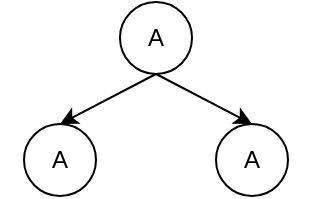
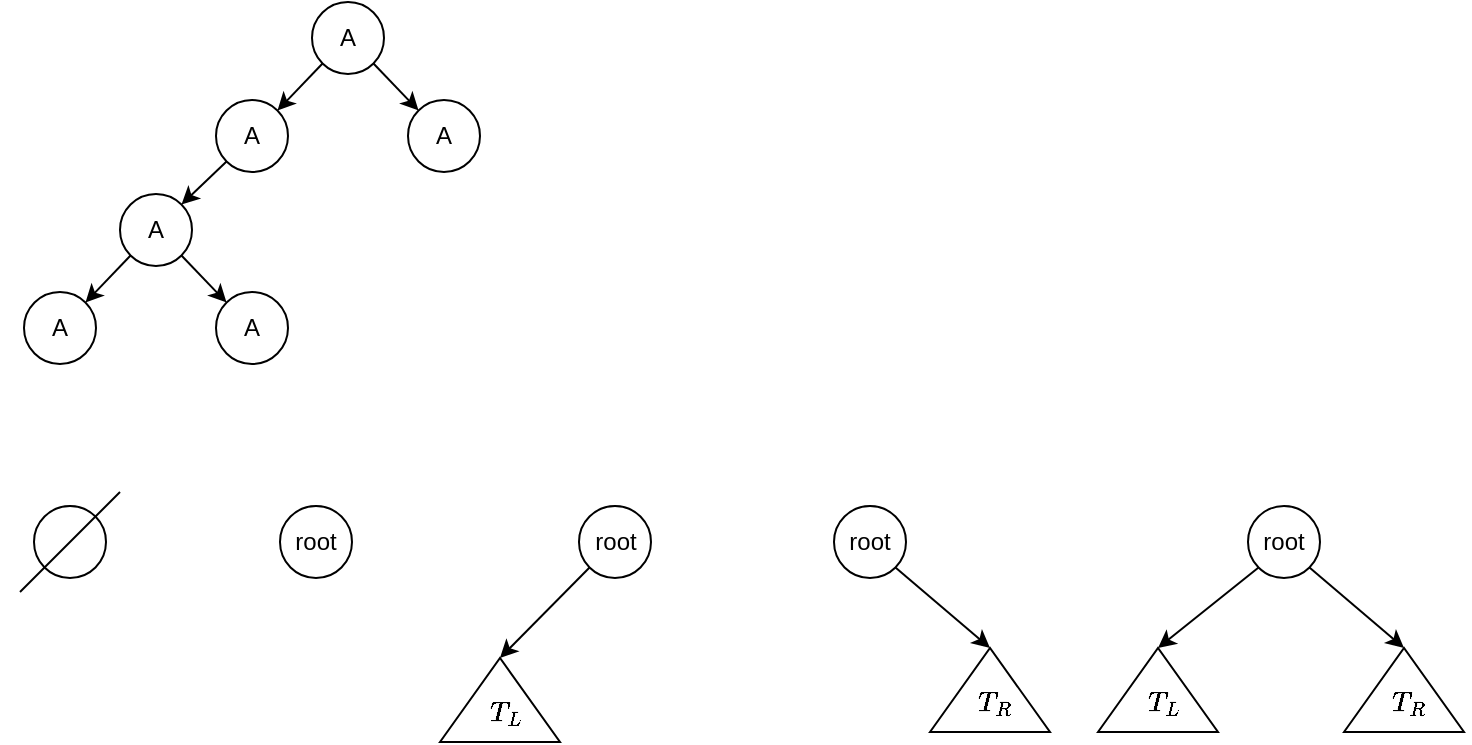
<mxfile host="app.diagrams.net">
  <diagram name="第 1 页" id="PBkURNV2AUsmJij_3GlA">
-     <mxGraphModel dx="743" dy="608" grid="0" gridSize="10" guides="1" tooltips="1" connect="1" arrows="1" fold="1" page="0" pageScale="1" pageWidth="827" pageHeight="1169" math="0" shadow="0">
+     <mxGraphModel dx="1658" dy="919" grid="0" gridSize="10" guides="1" tooltips="1" connect="1" arrows="1" fold="1" page="0" pageScale="1" pageWidth="827" pageHeight="1169" math="1" shadow="0">
      <root>
        <mxCell id="0" />
        <mxCell id="1" parent="0" />
        <mxCell id="iQEwtznSnJtjlcOU1iQ7-1" parent="1" style="text;html=1;whiteSpace=wrap;strokeColor=none;fillColor=none;align=center;verticalAlign=middle;rounded=0;" value="A" vertex="1">
          <mxGeometry height="30" width="60" x="-330" y="-127" as="geometry" />
        </mxCell>
-         <mxCell id="iQEwtznSnJtjlcOU1iQ7-8" edge="1" parent="1" source="iQEwtznSnJtjlcOU1iQ7-2" style="rounded=0;orthogonalLoop=1;jettySize=auto;html=1;exitX=0.5;exitY=1;exitDx=0;exitDy=0;entryX=0.5;entryY=0;entryDx=0;entryDy=0;" target="iQEwtznSnJtjlcOU1iQ7-4">
+         <mxCell id="iQEwtznSnJtjlcOU1iQ7-8" edge="1" parent="1" source="iQEwtznSnJtjlcOU1iQ7-2" style="rounded=0;orthogonalLoop=1;jettySize=auto;html=1;exitX=0;exitY=1;exitDx=0;exitDy=0;entryX=1;entryY=0;entryDx=0;entryDy=0;" target="iQEwtznSnJtjlcOU1iQ7-4">
          <mxGeometry relative="1" as="geometry" />
        </mxCell>
-         <mxCell id="iQEwtznSnJtjlcOU1iQ7-17" edge="1" parent="1" source="iQEwtznSnJtjlcOU1iQ7-2" style="edgeStyle=none;rounded=0;orthogonalLoop=1;jettySize=auto;html=1;exitX=0.5;exitY=1;exitDx=0;exitDy=0;entryX=0.5;entryY=0;entryDx=0;entryDy=0;" target="iQEwtznSnJtjlcOU1iQ7-16">
+         <mxCell id="iQEwtznSnJtjlcOU1iQ7-17" edge="1" parent="1" source="iQEwtznSnJtjlcOU1iQ7-2" style="edgeStyle=none;rounded=0;orthogonalLoop=1;jettySize=auto;html=1;exitX=1;exitY=1;exitDx=0;exitDy=0;entryX=0;entryY=0;entryDx=0;entryDy=0;" target="iQEwtznSnJtjlcOU1iQ7-16">
          <mxGeometry relative="1" as="geometry" />
        </mxCell>
        <mxCell id="iQEwtznSnJtjlcOU1iQ7-2" parent="1" style="ellipse;whiteSpace=wrap;html=1;aspect=fixed;fillColor=none;" value="" vertex="1">
          <mxGeometry height="36" width="36" x="-318" y="-130" as="geometry" />
        </mxCell>
        <mxCell id="iQEwtznSnJtjlcOU1iQ7-3" parent="1" style="text;html=1;whiteSpace=wrap;strokeColor=none;fillColor=none;align=center;verticalAlign=middle;rounded=0;" value="A" vertex="1">
-           <mxGeometry height="30" width="60" x="-378" y="-66" as="geometry" />
+           <mxGeometry height="30" width="60" x="-378" y="-78" as="geometry" />
+         </mxCell>
+         <mxCell id="ecqmYy9xYU8OmHV4XxBL-12" edge="1" parent="1" source="iQEwtznSnJtjlcOU1iQ7-4" style="edgeStyle=none;rounded=0;orthogonalLoop=1;jettySize=auto;html=1;exitX=0;exitY=1;exitDx=0;exitDy=0;entryX=1;entryY=0;entryDx=0;entryDy=0;" target="ecqmYy9xYU8OmHV4XxBL-5">
+           <mxGeometry relative="1" as="geometry" />
        </mxCell>
        <mxCell id="iQEwtznSnJtjlcOU1iQ7-4" parent="1" style="ellipse;whiteSpace=wrap;html=1;aspect=fixed;fillColor=none;" value="" vertex="1">
-           <mxGeometry height="36" width="36" x="-366" y="-69" as="geometry" />
+           <mxGeometry height="36" width="36" x="-366" y="-81" as="geometry" />
        </mxCell>
        <mxCell id="iQEwtznSnJtjlcOU1iQ7-15" parent="1" style="text;html=1;whiteSpace=wrap;strokeColor=none;fillColor=none;align=center;verticalAlign=middle;rounded=0;" value="A" vertex="1">
-           <mxGeometry height="30" width="60" x="-282" y="-66" as="geometry" />
+           <mxGeometry height="30" width="60" x="-282" y="-78" as="geometry" />
        </mxCell>
        <mxCell id="iQEwtznSnJtjlcOU1iQ7-16" parent="1" style="ellipse;whiteSpace=wrap;html=1;aspect=fixed;fillColor=none;" value="" vertex="1">
-           <mxGeometry height="36" width="36" x="-270" y="-69" as="geometry" />
+           <mxGeometry height="36" width="36" x="-270" y="-81" as="geometry" />
+         </mxCell>
+         <mxCell id="ecqmYy9xYU8OmHV4XxBL-2" parent="1" style="text;html=1;whiteSpace=wrap;strokeColor=none;fillColor=none;align=center;verticalAlign=middle;rounded=0;" value="A" vertex="1">
+           <mxGeometry height="30" width="60" x="-426" y="-31" as="geometry" />
+         </mxCell>
+         <mxCell id="ecqmYy9xYU8OmHV4XxBL-3" edge="1" parent="1" source="ecqmYy9xYU8OmHV4XxBL-5" style="rounded=0;orthogonalLoop=1;jettySize=auto;html=1;exitX=0;exitY=1;exitDx=0;exitDy=0;entryX=1;entryY=0;entryDx=0;entryDy=0;" target="ecqmYy9xYU8OmHV4XxBL-7">
+           <mxGeometry relative="1" as="geometry" />
+         </mxCell>
+         <mxCell id="ecqmYy9xYU8OmHV4XxBL-4" edge="1" parent="1" source="ecqmYy9xYU8OmHV4XxBL-5" style="edgeStyle=none;rounded=0;orthogonalLoop=1;jettySize=auto;html=1;exitX=1;exitY=1;exitDx=0;exitDy=0;entryX=0;entryY=0;entryDx=0;entryDy=0;" target="ecqmYy9xYU8OmHV4XxBL-9">
+           <mxGeometry relative="1" as="geometry" />
+         </mxCell>
+         <mxCell id="ecqmYy9xYU8OmHV4XxBL-5" parent="1" style="ellipse;whiteSpace=wrap;html=1;aspect=fixed;fillColor=none;" value="" vertex="1">
+           <mxGeometry height="36" width="36" x="-414" y="-34" as="geometry" />
+         </mxCell>
+         <mxCell id="ecqmYy9xYU8OmHV4XxBL-6" parent="1" style="text;html=1;whiteSpace=wrap;strokeColor=none;fillColor=none;align=center;verticalAlign=middle;rounded=0;" value="A" vertex="1">
+           <mxGeometry height="30" width="60" x="-474" y="18" as="geometry" />
+         </mxCell>
+         <mxCell id="ecqmYy9xYU8OmHV4XxBL-7" parent="1" style="ellipse;whiteSpace=wrap;html=1;aspect=fixed;fillColor=none;" value="" vertex="1">
+           <mxGeometry height="36" width="36" x="-462" y="15" as="geometry" />
+         </mxCell>
+         <mxCell id="ecqmYy9xYU8OmHV4XxBL-8" parent="1" style="text;html=1;whiteSpace=wrap;strokeColor=none;fillColor=none;align=center;verticalAlign=middle;rounded=0;" value="A" vertex="1">
+           <mxGeometry height="30" width="60" x="-378" y="18" as="geometry" />
+         </mxCell>
+         <mxCell id="ecqmYy9xYU8OmHV4XxBL-9" parent="1" style="ellipse;whiteSpace=wrap;html=1;aspect=fixed;fillColor=none;" value="" vertex="1">
+           <mxGeometry height="36" width="36" x="-366" y="15" as="geometry" />
+         </mxCell>
+         <mxCell id="ecqmYy9xYU8OmHV4XxBL-17" parent="1" style="triangle;whiteSpace=wrap;html=1;direction=north;" value="" vertex="1">
+           <mxGeometry height="42" width="60" x="-254" y="198" as="geometry" />
+         </mxCell>
+         <mxCell id="ecqmYy9xYU8OmHV4XxBL-21" parent="1" style="ellipse;whiteSpace=wrap;html=1;aspect=fixed;fillColor=none;" value="" vertex="1">
+           <mxGeometry height="36" width="36" x="-184.5" y="122" as="geometry" />
+         </mxCell>
+         <mxCell id="ecqmYy9xYU8OmHV4XxBL-22" parent="1" style="ellipse;whiteSpace=wrap;html=1;aspect=fixed;fillColor=none;" value="" vertex="1">
+           <mxGeometry height="36" width="36" x="-457" y="122" as="geometry" />
+         </mxCell>
+         <mxCell id="ecqmYy9xYU8OmHV4XxBL-23" edge="1" parent="1" style="endArrow=none;html=1;rounded=0;" value="">
+           <mxGeometry height="50" relative="1" width="50" as="geometry">
+             <mxPoint x="-464" y="165" as="sourcePoint" />
+             <mxPoint x="-414" y="115" as="targetPoint" />
+           </mxGeometry>
+         </mxCell>
+         <mxCell id="ecqmYy9xYU8OmHV4XxBL-31" edge="1" parent="1" source="ecqmYy9xYU8OmHV4XxBL-21" style="edgeStyle=none;rounded=0;orthogonalLoop=1;jettySize=auto;html=1;entryX=1;entryY=0.5;entryDx=0;entryDy=0;exitX=0;exitY=1;exitDx=0;exitDy=0;" target="ecqmYy9xYU8OmHV4XxBL-17" value="">
+           <mxGeometry relative="1" as="geometry">
+             <mxPoint x="-215.5" y="184" as="targetPoint" />
+           </mxGeometry>
+         </mxCell>
+         <mxCell id="ecqmYy9xYU8OmHV4XxBL-27" parent="1" style="text;html=1;whiteSpace=wrap;strokeColor=none;fillColor=none;align=center;verticalAlign=middle;rounded=0;" value="root" vertex="1">
+           <mxGeometry height="30" width="60" x="-196.5" y="125" as="geometry" />
+         </mxCell>
+         <mxCell id="ecqmYy9xYU8OmHV4XxBL-28" parent="1" style="text;strokeColor=none;fillColor=none;align=center;verticalAlign=middle;rounded=0;whiteSpace=wrap;" value="$$T_L$$" vertex="1">
+           <mxGeometry height="30" width="60" x="-251" y="210" as="geometry" />
+         </mxCell>
+         <mxCell id="ecqmYy9xYU8OmHV4XxBL-33" parent="1" style="ellipse;whiteSpace=wrap;html=1;aspect=fixed;fillColor=none;" value="" vertex="1">
+           <mxGeometry height="36" width="36" x="-334" y="122" as="geometry" />
+         </mxCell>
+         <mxCell id="ecqmYy9xYU8OmHV4XxBL-34" parent="1" style="text;html=1;whiteSpace=wrap;strokeColor=none;fillColor=none;align=center;verticalAlign=middle;rounded=0;" value="root" vertex="1">
+           <mxGeometry height="30" width="60" x="-346" y="125" as="geometry" />
+         </mxCell>
+         <mxCell id="ecqmYy9xYU8OmHV4XxBL-37" parent="1" style="triangle;whiteSpace=wrap;html=1;direction=north;" value="" vertex="1">
+           <mxGeometry height="42" width="60" x="-9" y="193" as="geometry" />
+         </mxCell>
+         <mxCell id="ecqmYy9xYU8OmHV4XxBL-38" parent="1" style="ellipse;whiteSpace=wrap;html=1;aspect=fixed;fillColor=none;" value="" vertex="1">
+           <mxGeometry height="36" width="36" x="-57" y="122" as="geometry" />
+         </mxCell>
+         <mxCell id="ecqmYy9xYU8OmHV4XxBL-39" edge="1" parent="1" source="ecqmYy9xYU8OmHV4XxBL-38" style="edgeStyle=none;rounded=0;orthogonalLoop=1;jettySize=auto;html=1;entryX=1;entryY=0.5;entryDx=0;entryDy=0;exitX=1;exitY=1;exitDx=0;exitDy=0;" target="ecqmYy9xYU8OmHV4XxBL-37" value="">
+           <mxGeometry relative="1" as="geometry">
+             <mxPoint x="-29.5" y="150" as="sourcePoint" />
+             <mxPoint x="-88" y="184" as="targetPoint" />
+           </mxGeometry>
+         </mxCell>
+         <mxCell id="ecqmYy9xYU8OmHV4XxBL-40" parent="1" style="text;html=1;whiteSpace=wrap;strokeColor=none;fillColor=none;align=center;verticalAlign=middle;rounded=0;" value="root" vertex="1">
+           <mxGeometry height="30" width="60" x="-69" y="125" as="geometry" />
+         </mxCell>
+         <mxCell id="ecqmYy9xYU8OmHV4XxBL-41" parent="1" style="text;strokeColor=none;fillColor=none;align=center;verticalAlign=middle;rounded=0;whiteSpace=wrap;" value="$$T_R$$" vertex="1">
+           <mxGeometry height="30" width="60" x="-6" y="205" as="geometry" />
+         </mxCell>
+         <mxCell id="ecqmYy9xYU8OmHV4XxBL-43" parent="1" style="triangle;whiteSpace=wrap;html=1;direction=north;" value="" vertex="1">
+           <mxGeometry height="42" width="60" x="198" y="193" as="geometry" />
+         </mxCell>
+         <mxCell id="ecqmYy9xYU8OmHV4XxBL-53" edge="1" parent="1" source="ecqmYy9xYU8OmHV4XxBL-44" style="edgeStyle=none;rounded=0;orthogonalLoop=1;jettySize=auto;html=1;exitX=0;exitY=1;exitDx=0;exitDy=0;entryX=1;entryY=0.5;entryDx=0;entryDy=0;" target="ecqmYy9xYU8OmHV4XxBL-48">
+           <mxGeometry relative="1" as="geometry" />
+         </mxCell>
+         <mxCell id="ecqmYy9xYU8OmHV4XxBL-44" parent="1" style="ellipse;whiteSpace=wrap;html=1;aspect=fixed;fillColor=none;" value="" vertex="1">
+           <mxGeometry height="36" width="36" x="150" y="122" as="geometry" />
+         </mxCell>
+         <mxCell id="ecqmYy9xYU8OmHV4XxBL-45" edge="1" parent="1" source="ecqmYy9xYU8OmHV4XxBL-44" style="edgeStyle=none;rounded=0;orthogonalLoop=1;jettySize=auto;html=1;entryX=1;entryY=0.5;entryDx=0;entryDy=0;exitX=1;exitY=1;exitDx=0;exitDy=0;" target="ecqmYy9xYU8OmHV4XxBL-43" value="">
+           <mxGeometry relative="1" as="geometry">
+             <mxPoint x="177.5" y="150" as="sourcePoint" />
+             <mxPoint x="119" y="184" as="targetPoint" />
+           </mxGeometry>
+         </mxCell>
+         <mxCell id="ecqmYy9xYU8OmHV4XxBL-46" parent="1" style="text;html=1;whiteSpace=wrap;strokeColor=none;fillColor=none;align=center;verticalAlign=middle;rounded=0;" value="root" vertex="1">
+           <mxGeometry height="30" width="60" x="138" y="125" as="geometry" />
+         </mxCell>
+         <mxCell id="ecqmYy9xYU8OmHV4XxBL-47" parent="1" style="text;strokeColor=none;fillColor=none;align=center;verticalAlign=middle;rounded=0;whiteSpace=wrap;" value="$$T_R$$" vertex="1">
+           <mxGeometry height="30" width="60" x="201" y="205" as="geometry" />
+         </mxCell>
+         <mxCell id="ecqmYy9xYU8OmHV4XxBL-48" parent="1" style="triangle;whiteSpace=wrap;html=1;direction=north;" value="" vertex="1">
+           <mxGeometry height="42" width="60" x="75" y="193" as="geometry" />
+         </mxCell>
+         <mxCell id="ecqmYy9xYU8OmHV4XxBL-49" parent="1" style="text;strokeColor=none;fillColor=none;align=center;verticalAlign=middle;rounded=0;whiteSpace=wrap;" value="$$T_L$$" vertex="1">
+           <mxGeometry height="30" width="60" x="78" y="205" as="geometry" />
        </mxCell>
      </root>
    </mxGraphModel>
  </diagram>
</mxfile>
